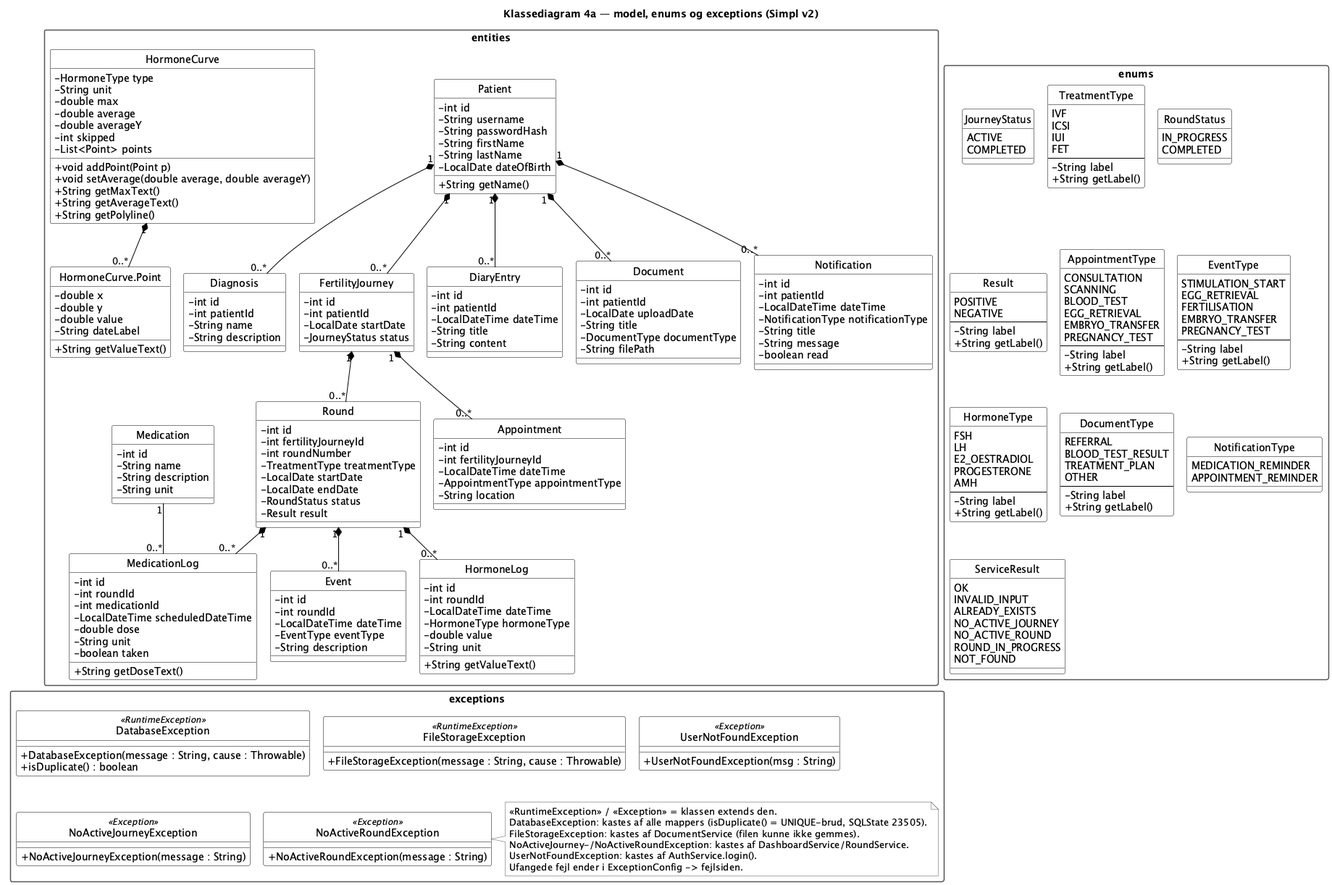
Above: doc/static/Klassediagram4a.png in BesimaP/Simpl-PET-project (PlantUML), before the change.
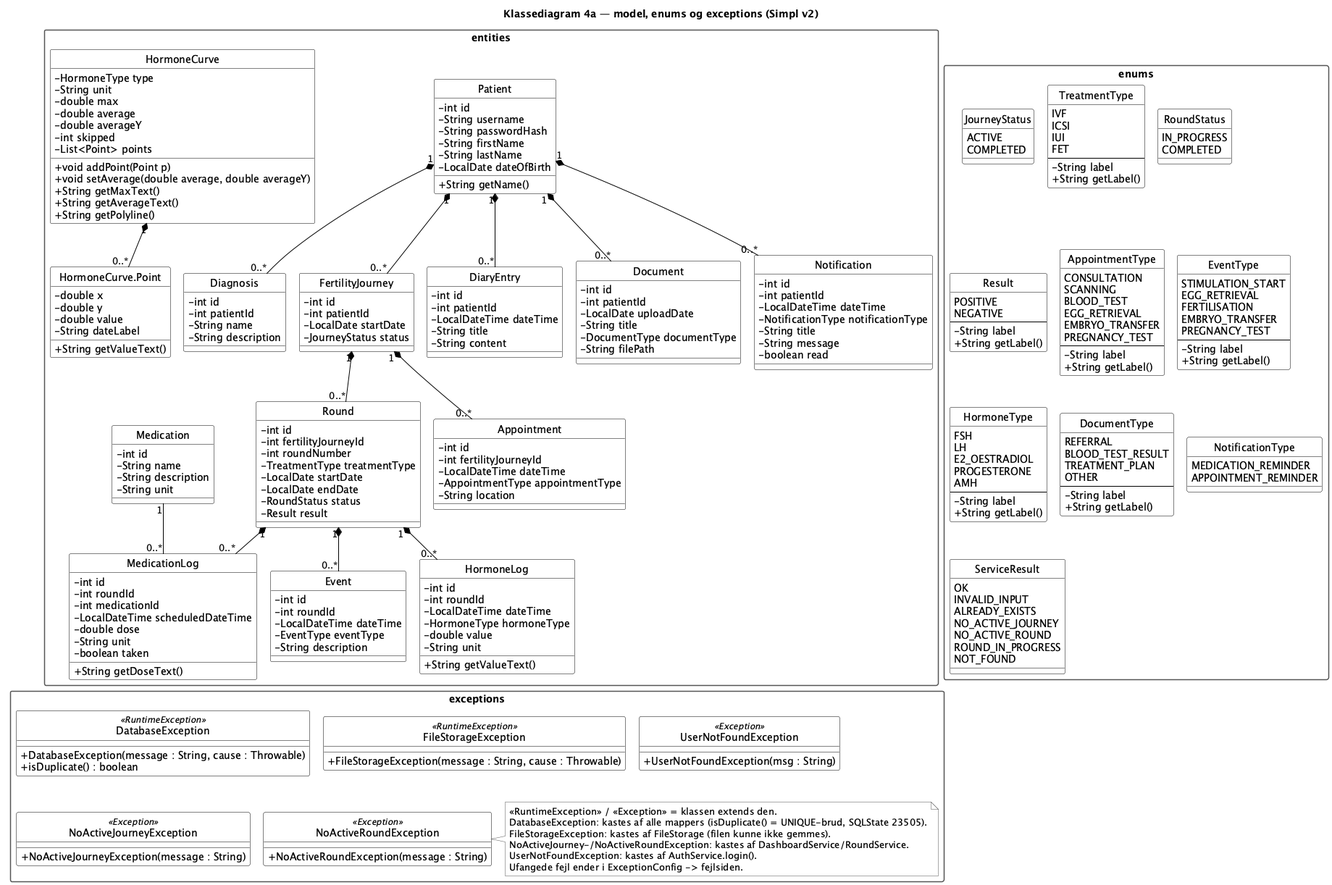
The same diagram one commit later.

Diff of the diagram source:
```diff
@@ -269,7 +269,7 @@
   note as NEx
     <<RuntimeException>> / <<Exception>> = klassen extends den.
     DatabaseException: kastes af alle mappers (isDuplicate() = UNIQUE-brud, SQLState 23505).
-    FileStorageException: kastes af DocumentService (filen kunne ikke gemmes).
+    FileStorageException: kastes af FileStorage (filen kunne ikke gemmes).
     NoActiveJourney-/NoActiveRoundException: kastes af DashboardService/RoundService.
     UserNotFoundException: kastes af AuthService.login().
     Ufangede fejl ender i ExceptionConfig -> fejlsiden.
```
